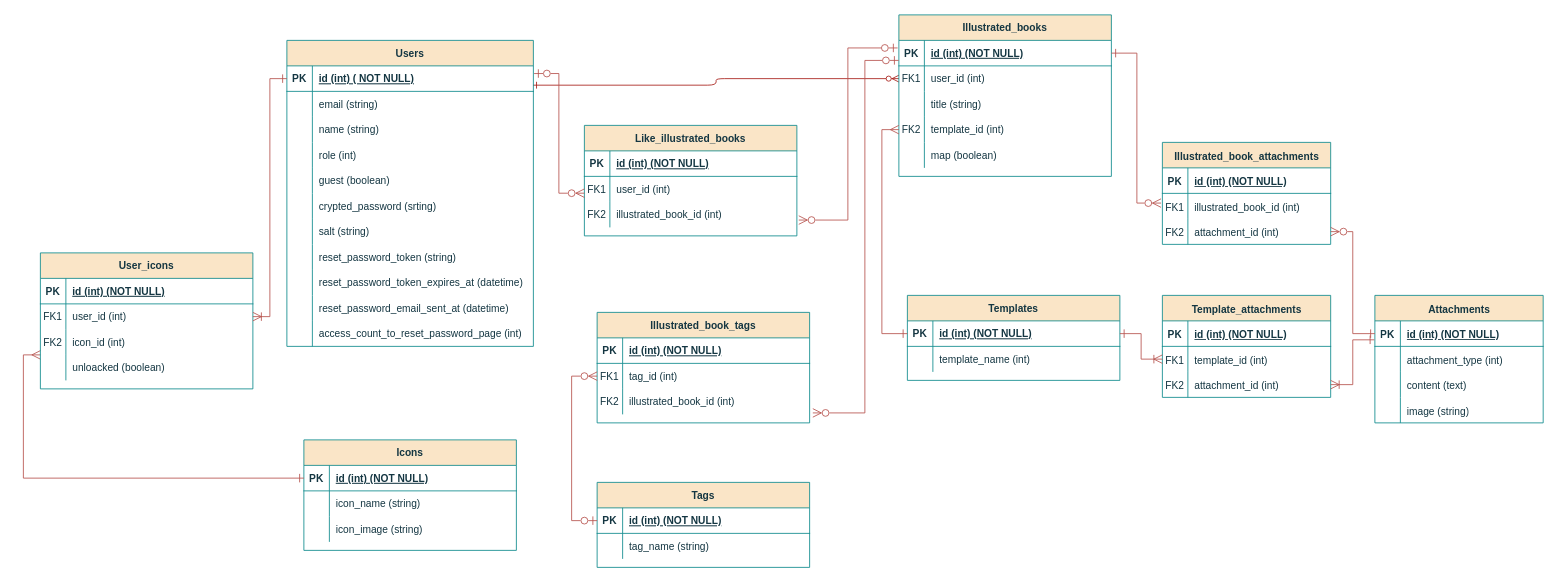
This is 名称未設定ファイル.drawio from furukoshi12/zukan-create, a draw.io file, before an edit. Source tidied: cells renumbered, new cells numbered last; positions are measured from the earlier drawing's top-left corner, leaving out a move shared by most shapes. Both pictures are drawn from the tidied source at 85%, with x=0, y=0 at pixel (23, 14).
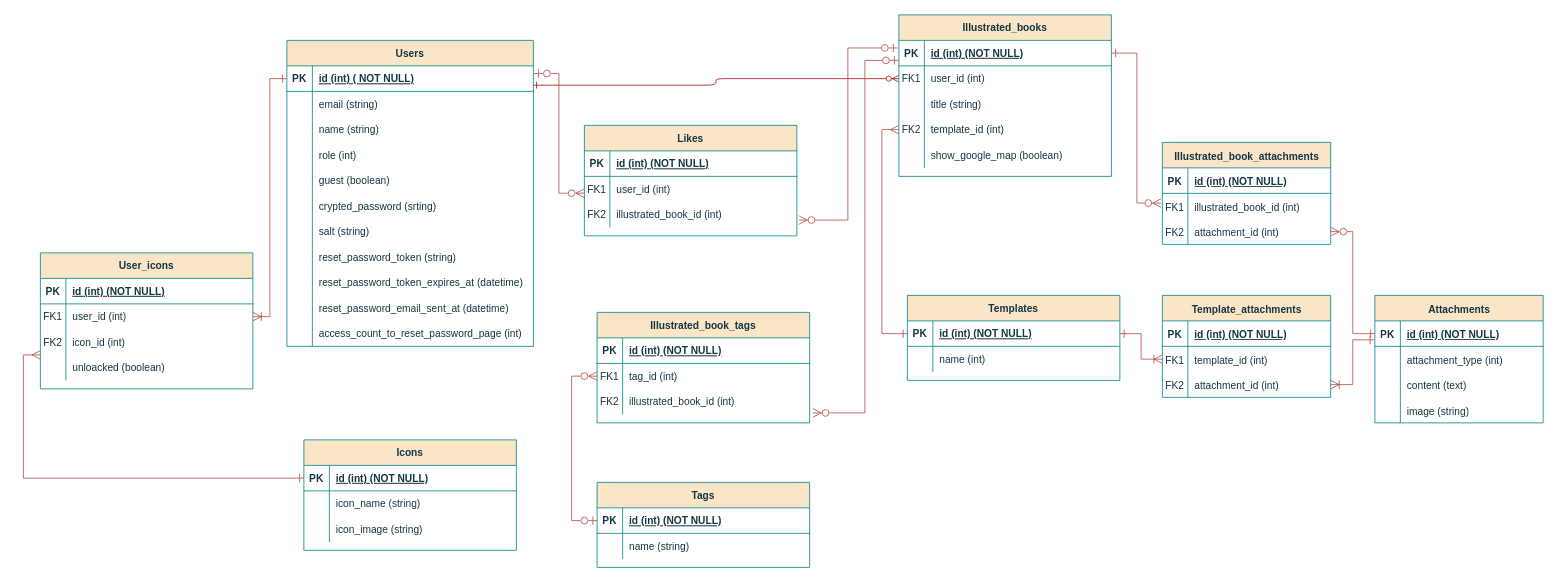
After the change.

Commit message:
名称未設定ファイル.drawio を更新します

Unchanged cells that the change refers to:
```xml
<mxCell id="16" style="shape=partialRectangle;fillColor=none;top=0;left=0;right=0;bottom=0;labelBackgroundColor=none;strokeColor=#0F8B8D;fontColor=#143642;" parent="3" vertex="1">
  <mxGeometry y="150" width="250" height="30" as="geometry" />
</mxCell>
<mxCell id="23" style="shape=partialRectangle;fillColor=none;top=0;left=0;right=0;bottom=0;labelBackgroundColor=none;strokeColor=#0F8B8D;fontColor=#143642;" parent="19" vertex="1">
  <mxGeometry y="60" width="250" height="30" as="geometry" />
</mxCell>
<mxCell id="84" style="shape=partialRectangle;fillColor=none;top=0;left=0;right=0;bottom=0;labelBackgroundColor=none;strokeColor=#0F8B8D;fontColor=#143642;" parent="80" vertex="1">
  <mxGeometry y="60" width="250" height="30" as="geometry" />
</mxCell>
```

Change to the diagram source:
```diff
@@
-    <mxCell id="18" value="map (boolean)" style="shape=partialRectangle;overflow=hidden;fillColor=none;top=0;left=0;bottom=0;right=0;align=left;spacingLeft=6;labelBackgroundColor=none;strokeColor=#0F8B8D;fontColor=#143642;" parent="16" vertex="1">
+    <mxCell id="18" value="show_google_map (boolean)" style="shape=partialRectangle;overflow=hidden;fillColor=none;top=0;left=0;bottom=0;right=0;align=left;spacingLeft=6;labelBackgroundColor=none;strokeColor=#0F8B8D;fontColor=#143642;" parent="16" vertex="1">
       <mxGeometry x="30" width="220" height="30" as="geometry" />
     </mxCell>
@@
-    <mxCell id="25" value="template_name (int)" style="shape=partialRectangle;overflow=hidden;fillColor=none;top=0;left=0;bottom=0;right=0;align=left;spacingLeft=6;labelBackgroundColor=none;strokeColor=#0F8B8D;fontColor=#143642;" parent="23" vertex="1">
+    <mxCell id="25" value="name (int)" style="shape=partialRectangle;overflow=hidden;fillColor=none;top=0;left=0;bottom=0;right=0;align=left;spacingLeft=6;labelBackgroundColor=none;strokeColor=#0F8B8D;fontColor=#143642;" parent="23" vertex="1">
       <mxGeometry x="30" width="220" height="30" as="geometry" />
     </mxCell>
@@
-    <mxCell id="70" value="Like_illustrated_books" style="shape=table;startSize=30;childLayout=tableLayout;rowLines=0;fontStyle=1;align=center;labelBackgroundColor=none;fillColor=#FAE5C7;strokeColor=#0F8B8D;fontColor=#143642;" parent="1" vertex="1">
+    <mxCell id="70" value="Likes" style="shape=table;startSize=30;childLayout=tableLayout;rowLines=0;fontStyle=1;align=center;labelBackgroundColor=none;fillColor=#FAE5C7;strokeColor=#0F8B8D;fontColor=#143642;" parent="1" vertex="1">
       <mxGeometry x="660" y="130" width="250" height="130" as="geometry" />
     </mxCell>
@@
-    <mxCell id="86" value="tag_name (string)" style="shape=partialRectangle;overflow=hidden;fillColor=none;top=0;left=0;bottom=0;right=0;align=left;spacingLeft=6;labelBackgroundColor=none;strokeColor=#0F8B8D;fontColor=#143642;" parent="84" vertex="1">
+    <mxCell id="86" value="name (string)" style="shape=partialRectangle;overflow=hidden;fillColor=none;top=0;left=0;bottom=0;right=0;align=left;spacingLeft=6;labelBackgroundColor=none;strokeColor=#0F8B8D;fontColor=#143642;" parent="84" vertex="1">
       <mxGeometry x="30" width="220" height="30" as="geometry" />
     </mxCell>
```
